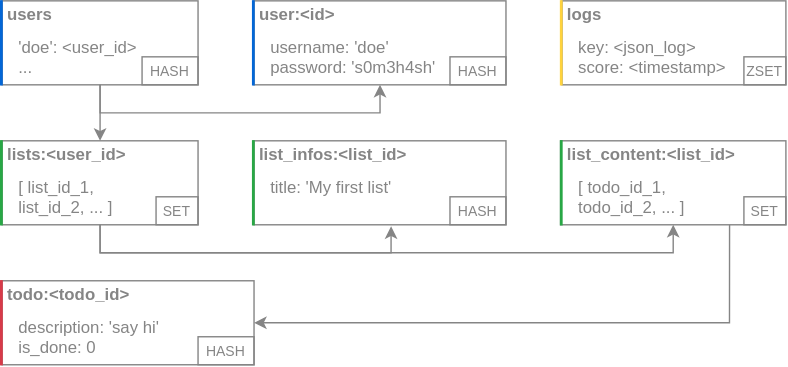
The draw.io diagram redis_structure.svg in qlamu/to-do-list_vue-flask-redis, before a commit. Source tidied: cells renumbered, new cells last; positions are measured from the earlier drawing's top-left corner, leaving out a move shared by most shapes.
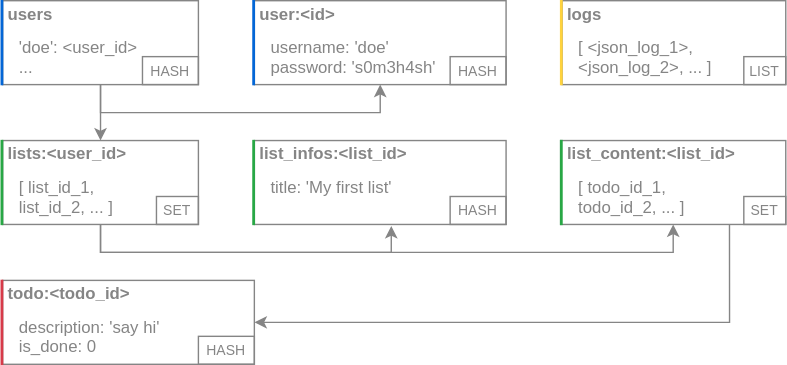
Later version of the same file.

Diff of the diagram source:
```diff
@@ -113,10 +113,10 @@
     <mxCell id="38" value="logs" style="text;html=1;strokeColor=none;fillColor=none;align=left;verticalAlign=middle;whiteSpace=wrap;rounded=0;fontColor=#858585;fontStyle=1;spacingLeft=2;" parent="1" vertex="1">
       <mxGeometry x="401" width="140" height="20" as="geometry" />
     </mxCell>
-    <mxCell id="39" value="&lt;div&gt;key: &amp;lt;json_log&amp;gt;&lt;/div&gt;&lt;div&gt;score: &amp;lt;timestamp&amp;gt;&lt;/div&gt;" style="text;html=1;strokeColor=none;fillColor=none;align=left;verticalAlign=top;whiteSpace=wrap;rounded=0;fontColor=#858585;labelPosition=center;verticalLabelPosition=middle;" parent="1" vertex="1">
+    <mxCell id="39" value="&lt;div&gt;[ &amp;lt;json_log_1&amp;gt;,&lt;/div&gt;&lt;div&gt;&amp;lt;json_log_2&amp;gt;, ... ]&lt;br&gt;&lt;/div&gt;" style="text;html=1;strokeColor=none;fillColor=none;align=left;verticalAlign=top;whiteSpace=wrap;rounded=0;fontColor=#858585;labelPosition=center;verticalLabelPosition=middle;" parent="1" vertex="1">
       <mxGeometry x="411" y="20" width="110" height="40" as="geometry" />
     </mxCell>
-    <mxCell id="40" value="&lt;font style=&quot;font-size: 10px&quot;&gt;ZSET&lt;/font&gt;" style="text;html=1;fillColor=none;align=center;verticalAlign=middle;whiteSpace=wrap;rounded=0;fontColor=#858585;strokeColor=#858585;" parent="1" vertex="1">
+    <mxCell id="40" value="LIST" style="text;html=1;fillColor=none;align=center;verticalAlign=middle;whiteSpace=wrap;rounded=0;fontColor=#858585;strokeColor=#858585;fontSize=10;" parent="1" vertex="1">
       <mxGeometry x="531" y="40" width="30" height="20" as="geometry" />
     </mxCell>
     <mxCell id="41" style="rounded=0;whiteSpace=wrap;html=1;shadow=0;glass=1;sketch=0;fillColor=none;strokeColor=#0366d6;" parent="1" vertex="1">
```
